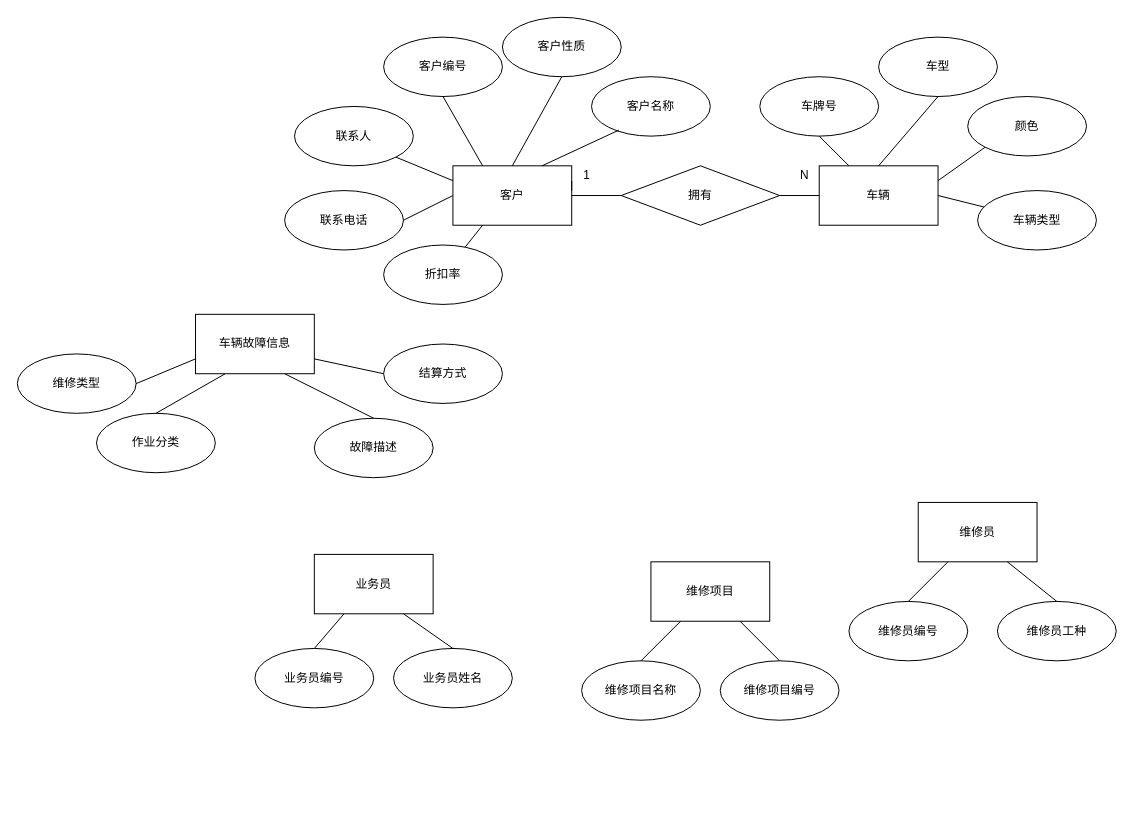
Earlier version of the draw.io diagram 未命名绘图.drawio (yxy235/DB). Source tidied: cells renumbered, new cells numbered last; positions are measured from the earlier drawing's top-left corner, leaving out a move shared by most shapes. Both pictures are drawn from the tidied source at 99%, with x=0, y=0 at pixel (17, 17).
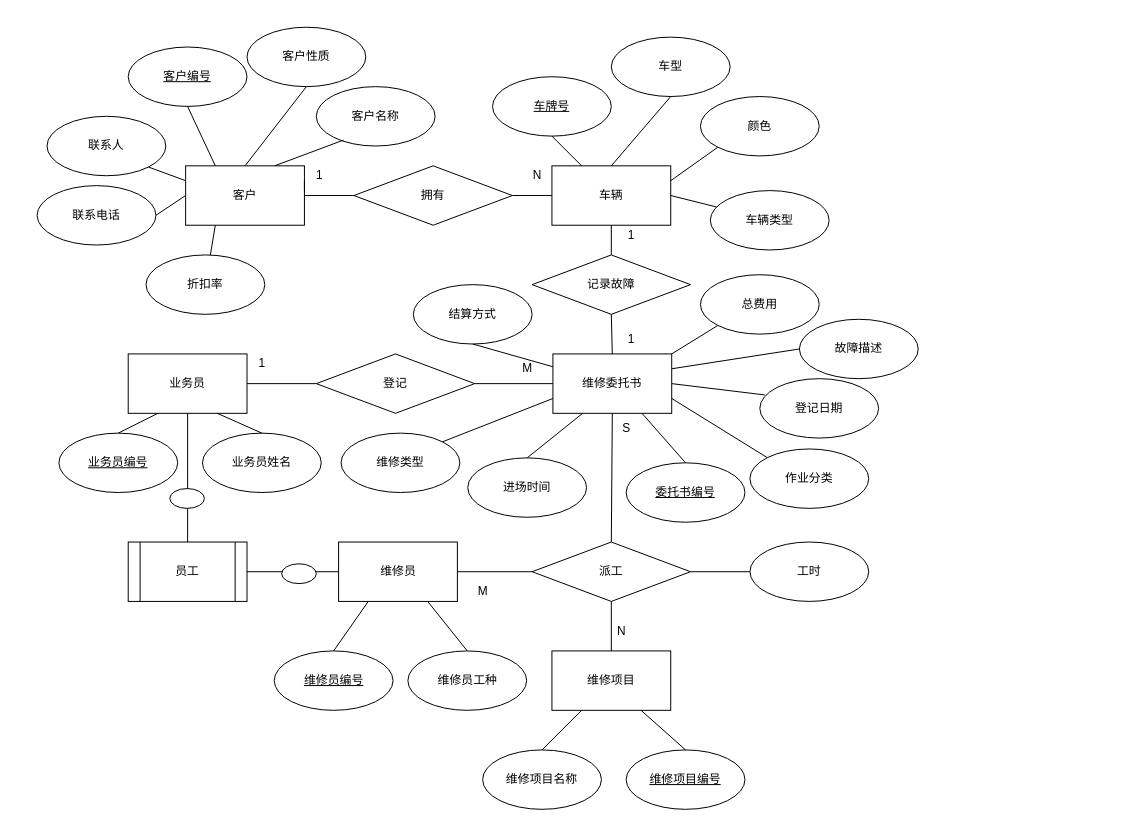
The same diagram, later.

Commit message:
更新未命名绘图.drawio

Change to the diagram source:
```diff
@@
     <mxCell id="2" value="&lt;div&gt;客户&lt;/div&gt;" style="rounded=0;whiteSpace=wrap;html=1;" parent="1" vertex="1">
-      <mxGeometry x="440" y="150" width="120" height="60" as="geometry" />
+      <mxGeometry x="170" y="150" width="120" height="60" as="geometry" />
     </mxCell>
     <mxCell id="3" value="业务员" style="rounded=0;whiteSpace=wrap;html=1;" parent="1" vertex="1">
-      <mxGeometry x="300" y="542.5" width="120" height="60" as="geometry" />
+      <mxGeometry x="112" y="340" width="120" height="60" as="geometry" />
     </mxCell>
     <mxCell id="4" value="&lt;div&gt;车辆&lt;/div&gt;" style="rounded=0;whiteSpace=wrap;html=1;" parent="1" vertex="1">
-      <mxGeometry x="810" y="150" width="120" height="60" as="geometry" />
+      <mxGeometry x="540" y="150" width="120" height="60" as="geometry" />
     </mxCell>
     <mxCell id="5" value="拥有" style="rhombus;whiteSpace=wrap;html=1;" parent="1" vertex="1">
-      <mxGeometry x="610" y="150" width="160" height="60" as="geometry" />
+      <mxGeometry x="340" y="150" width="160" height="60" as="geometry" />
     </mxCell>
     <mxCell id="6" style="endArrow=none;html=1;rounded=0;" parent="1" edge="1" target="2">
       <mxGeometry relative="1" as="geometry">
-        <mxPoint x="610" y="180" as="sourcePoint" />
+        <mxPoint x="340" y="180" as="sourcePoint" />
       </mxGeometry>
     </mxCell>
@@
     <mxCell id="8" value="N" style="text;html=1;align=center;verticalAlign=middle;strokeColor=none;fillColor=none;" parent="1" vertex="1">
-      <mxGeometry x="780" y="145" width="30" height="30" as="geometry" />
+      <mxGeometry x="510" y="145" width="30" height="30" as="geometry" />
     </mxCell>
-    <mxCell id="9" value="客户编号" style="ellipse;whiteSpace=wrap;html=1;" parent="1" vertex="1">
-      <mxGeometry x="370" y="20" width="120" height="60" as="geometry" />
+    <mxCell id="9" value="&lt;u&gt;客户编号&lt;/u&gt;" style="ellipse;whiteSpace=wrap;html=1;" parent="1" vertex="1">
+      <mxGeometry x="112" y="30" width="120" height="60" as="geometry" />
     </mxCell>
     <mxCell id="10" value="客户名称" style="ellipse;whiteSpace=wrap;html=1;" parent="1" vertex="1">
-      <mxGeometry x="580" y="60" width="120" height="60" as="geometry" />
+      <mxGeometry x="302" y="70" width="120" height="60" as="geometry" />
     </mxCell>
     <mxCell id="11" value="&lt;div&gt;客户性质&lt;/div&gt;" style="ellipse;whiteSpace=wrap;html=1;" parent="1" vertex="1">
-      <mxGeometry x="490" width="120" height="60" as="geometry" />
+      <mxGeometry x="232" y="10" width="120" height="60" as="geometry" />
     </mxCell>
     <mxCell id="12" value="折扣率" style="ellipse;whiteSpace=wrap;html=1;" parent="1" vertex="1">
-      <mxGeometry x="370" y="230" width="120" height="60" as="geometry" />
+      <mxGeometry x="130" y="240" width="120" height="60" as="geometry" />
     </mxCell>
     <mxCell id="13" value="联系人" style="ellipse;whiteSpace=wrap;html=1;" parent="1" vertex="1">
-      <mxGeometry x="280" y="90" width="120" height="60" as="geometry" />
+      <mxGeometry x="30" y="100" width="120" height="60" as="geometry" />
     </mxCell>
     <mxCell id="14" value="联系电话" style="ellipse;whiteSpace=wrap;html=1;" parent="1" vertex="1">
-      <mxGeometry x="270" y="175" width="120" height="60" as="geometry" />
+      <mxGeometry x="20" y="170" width="120" height="60" as="geometry" />
     </mxCell>
-    <mxCell id="15" value="车牌号" style="ellipse;whiteSpace=wrap;html=1;" parent="1" vertex="1">
-      <mxGeometry x="750" y="60" width="120" height="60" as="geometry" />
+    <mxCell id="15" value="&lt;u&gt;车牌号&lt;/u&gt;" style="ellipse;whiteSpace=wrap;html=1;" parent="1" vertex="1">
+      <mxGeometry x="480" y="60" width="120" height="60" as="geometry" />
     </mxCell>
     <mxCell id="16" value="颜色" style="ellipse;whiteSpace=wrap;html=1;" parent="1" vertex="1">
-      <mxGeometry x="960" y="80" width="120" height="60" as="geometry" />
+      <mxGeometry x="690" y="80" width="120" height="60" as="geometry" />
     </mxCell>
     <mxCell id="17" value="车型" style="ellipse;whiteSpace=wrap;html=1;" parent="1" vertex="1">
-      <mxGeometry x="870" y="20" width="120" height="60" as="geometry" />
+      <mxGeometry x="600" y="20" width="120" height="60" as="geometry" />
     </mxCell>
     <mxCell id="18" value="车辆类型" style="ellipse;whiteSpace=wrap;html=1;" parent="1" vertex="1">
-      <mxGeometry x="970" y="175" width="120" height="60" as="geometry" />
+      <mxGeometry x="700" y="175" width="120" height="60" as="geometry" />
     </mxCell>
-    <mxCell id="19" value="业务员编号" style="ellipse;whiteSpace=wrap;html=1;" parent="1" vertex="1">
-      <mxGeometry x="240" y="637.5" width="120" height="60" as="geometry" />
+    <mxCell id="19" value="&lt;u&gt;业务员编号&lt;/u&gt;" style="ellipse;whiteSpace=wrap;html=1;" parent="1" vertex="1">
+      <mxGeometry x="42" y="420" width="120" height="60" as="geometry" />
     </mxCell>
     <mxCell id="20" value="业务员姓名" style="ellipse;whiteSpace=wrap;html=1;" parent="1" vertex="1">
-      <mxGeometry x="380" y="637.5" width="120" height="60" as="geometry" />
+      <mxGeometry x="187" y="420" width="120" height="60" as="geometry" />
     </mxCell>
     <mxCell id="21" value="维修员" style="whiteSpace=wrap;html=1;" parent="1" vertex="1">
-      <mxGeometry x="910" y="490" width="120" height="60" as="geometry" />
+      <mxGeometry x="324.5" y="530" width="120" height="60" as="geometry" />
     </mxCell>
-    <mxCell id="22" value="维修员编号" style="ellipse;whiteSpace=wrap;html=1;" parent="1" vertex="1">
-      <mxGeometry x="840" y="590" width="120" height="60" as="geometry" />
+    <mxCell id="22" value="&lt;u&gt;维修员编号&lt;/u&gt;" style="ellipse;whiteSpace=wrap;html=1;" parent="1" vertex="1">
+      <mxGeometry x="259.5" y="640" width="120" height="60" as="geometry" />
     </mxCell>
     <mxCell id="23" value="维修员工种" style="ellipse;whiteSpace=wrap;html=1;" parent="1" vertex="1">
-      <mxGeometry x="990" y="590" width="120" height="60" as="geometry" />
+      <mxGeometry x="394.5" y="640" width="120" height="60" as="geometry" />
     </mxCell>
     <mxCell id="24" value="维修项目" style="whiteSpace=wrap;html=1;" parent="1" vertex="1">
-      <mxGeometry x="640" y="550" width="120" height="60" as="geometry" />
+      <mxGeometry x="540" y="640" width="120" height="60" as="geometry" />
     </mxCell>
     <mxCell id="25" value="维修项目名称" style="ellipse;whiteSpace=wrap;html=1;" parent="1" vertex="1">
-      <mxGeometry x="570" y="650" width="120" height="60" as="geometry" />
+      <mxGeometry x="470" y="740" width="120" height="60" as="geometry" />
     </mxCell>
-    <mxCell id="26" value="维修项目编号" style="ellipse;whiteSpace=wrap;html=1;" parent="1" vertex="1">
-      <mxGeometry x="710" y="650" width="120" height="60" as="geometry" />
+    <mxCell id="26" value="&lt;u&gt;维修项目编号&lt;/u&gt;" style="ellipse;whiteSpace=wrap;html=1;" parent="1" vertex="1">
+      <mxGeometry x="615" y="740" width="120" height="60" as="geometry" />
     </mxCell>
-    <mxCell id="27" value="车辆故障信息" style="whiteSpace=wrap;html=1;" parent="1" vertex="1">
-      <mxGeometry x="180" y="300" width="120" height="60" as="geometry" />
+    <mxCell id="27" value="维修委托书" style="whiteSpace=wrap;html=1;" parent="1" vertex="1">
+      <mxGeometry x="541" y="340" width="120" height="60" as="geometry" />
     </mxCell>
     <mxCell id="28" value="维修类型" style="ellipse;whiteSpace=wrap;html=1;" parent="1" vertex="1">
-      <mxGeometry y="340" width="120" height="60" as="geometry" />
+      <mxGeometry x="327" y="420" width="120" height="60" as="geometry" />
     </mxCell>
     <mxCell id="29" value="作业分类" style="ellipse;whiteSpace=wrap;html=1;" parent="1" vertex="1">
-      <mxGeometry x="80" y="400" width="120" height="60" as="geometry" />
+      <mxGeometry x="740" y="436" width="120" height="60" as="geometry" />
     </mxCell>
     <mxCell id="30" value="结算方式" style="ellipse;whiteSpace=wrap;html=1;" parent="1" vertex="1">
-      <mxGeometry x="370" y="330" width="120" height="60" as="geometry" />
+      <mxGeometry x="400" y="270" width="120" height="60" as="geometry" />
     </mxCell>
     <mxCell id="31" value="故障描述" style="ellipse;whiteSpace=wrap;html=1;" parent="1" vertex="1">
-      <mxGeometry x="300" y="405" width="120" height="60" as="geometry" />
+      <mxGeometry x="790" y="305" width="120" height="60" as="geometry" />
     </mxCell>
@@
     <mxCell id="42" value="1" style="text;html=1;align=center;verticalAlign=middle;points=[];strokeColor=none;fillColor=none;" parent="1" vertex="1">
-      <mxGeometry x="560" y="145" width="30" height="30" as="geometry" />
+      <mxGeometry x="290" y="145" width="30" height="30" as="geometry" />
     </mxCell>
@@
-    <mxCell id="49" style="endArrow=none;html=1;rounded=0;exitX=0.5;exitY=0;exitDx=0;exitDy=0;" parent="1" edge="1" source="19">
-      <mxGeometry relative="1" as="geometry">
-        <mxPoint x="330" y="602.5" as="targetPoint" />
-      </mxGeometry>
+    <mxCell id="49" style="endArrow=none;html=1;rounded=0;exitX=0.5;exitY=0;exitDx=0;exitDy=0;entryX=0.25;entryY=1;entryDx=0;entryDy=0;" parent="1" edge="1" source="19" target="3">
+      <mxGeometry relative="1" as="geometry" />
     </mxCell>
@@
-    <mxCell id="51" style="endArrow=none;html=1;rounded=0;exitX=0.5;exitY=0;exitDx=0;exitDy=0;entryX=0.25;entryY=1;entryDx=0;entryDy=0;" parent="1" edge="1" source="29" target="27">
+    <mxCell id="51" style="endArrow=none;html=1;rounded=0;exitX=0;exitY=0;exitDx=0;exitDy=0;entryX=1;entryY=0.75;entryDx=0;entryDy=0;" parent="1" edge="1" source="29" target="27">
       <mxGeometry relative="1" as="geometry" />
     </mxCell>
-    <mxCell id="52" style="endArrow=none;html=1;rounded=0;exitX=0.5;exitY=0;exitDx=0;exitDy=0;entryX=0.75;entryY=1;entryDx=0;entryDy=0;" parent="1" edge="1" source="31" target="27">
+    <mxCell id="52" style="endArrow=none;html=1;rounded=0;exitX=0;exitY=0.5;exitDx=0;exitDy=0;entryX=1;entryY=0.25;entryDx=0;entryDy=0;" parent="1" edge="1" source="31" target="27">
       <mxGeometry relative="1" as="geometry" />
     </mxCell>
-    <mxCell id="53" style="endArrow=none;html=1;rounded=0;entryX=1;entryY=0.75;entryDx=0;entryDy=0;exitX=0;exitY=0.5;exitDx=0;exitDy=0;" parent="1" edge="1" source="30" target="27">
+    <mxCell id="53" style="endArrow=none;html=1;rounded=0;exitX=0.5;exitY=1;exitDx=0;exitDy=0;" parent="1" edge="1" source="30" target="27">
       <mxGeometry relative="1" as="geometry" />
     </mxCell>
-    <mxCell id="54" style="endArrow=none;html=1;rounded=0;exitX=1;exitY=0.5;exitDx=0;exitDy=0;entryX=0;entryY=0.75;entryDx=0;entryDy=0;" parent="1" edge="1" source="28" target="27">
+    <mxCell id="54" style="endArrow=none;html=1;rounded=0;exitX=1;exitY=0;exitDx=0;exitDy=0;entryX=0;entryY=0.75;entryDx=0;entryDy=0;" parent="1" edge="1" source="28" target="27">
       <mxGeometry relative="1" as="geometry" />
     </mxCell>
+    <mxCell id="55" value="派工" style="rhombus;whiteSpace=wrap;html=1;" parent="1" vertex="1">
+      <mxGeometry x="520" y="530" width="160" height="60" as="geometry" />
+    </mxCell>
+    <mxCell id="56" style="endArrow=none;html=1;rounded=0;entryX=0;entryY=0.5;entryDx=0;entryDy=0;exitX=1;exitY=0.5;exitDx=0;exitDy=0;" parent="1" edge="1" source="21" target="55">
+      <mxGeometry relative="1" as="geometry" />
+    </mxCell>
+    <mxCell id="57" style="endArrow=none;html=1;rounded=0;entryX=0.5;entryY=1;entryDx=0;entryDy=0;exitX=0.5;exitY=0;exitDx=0;exitDy=0;" parent="1" edge="1" source="24" target="55">
+      <mxGeometry relative="1" as="geometry" />
+    </mxCell>
+    <mxCell id="58" value="工时" style="ellipse;whiteSpace=wrap;html=1;" parent="1" vertex="1">
+      <mxGeometry x="740" y="530" width="120" height="60" as="geometry" />
+    </mxCell>
+    <mxCell id="59" style="endArrow=none;html=1;rounded=0;exitX=1;exitY=0.5;exitDx=0;exitDy=0;entryX=0;entryY=0.5;entryDx=0;entryDy=0;" parent="1" edge="1" source="55" target="58">
+      <mxGeometry relative="1" as="geometry" />
+    </mxCell>
+    <mxCell id="60" value="登记" style="rhombus;whiteSpace=wrap;html=1;" parent="1" vertex="1">
+      <mxGeometry x="302" y="340" width="160" height="60" as="geometry" />
+    </mxCell>
+    <mxCell id="61" style="endArrow=none;html=1;rounded=0;exitX=1;exitY=0.5;exitDx=0;exitDy=0;entryX=0;entryY=0.5;entryDx=0;entryDy=0;" parent="1" edge="1" source="60" target="27">
+      <mxGeometry relative="1" as="geometry" />
+    </mxCell>
+    <mxCell id="62" style="endArrow=none;html=1;rounded=0;exitX=1;exitY=0.5;exitDx=0;exitDy=0;entryX=0;entryY=0.5;entryDx=0;entryDy=0;" parent="1" edge="1" source="3" target="60">
+      <mxGeometry relative="1" as="geometry" />
+    </mxCell>
+    <mxCell id="63" value="进场时间" style="ellipse;whiteSpace=wrap;html=1;" parent="1" vertex="1">
+      <mxGeometry x="455" y="445" width="120" height="60" as="geometry" />
+    </mxCell>
+    <mxCell id="64" value="登记日期" style="ellipse;whiteSpace=wrap;html=1;" parent="1" vertex="1">
+      <mxGeometry x="750" y="365" width="120" height="60" as="geometry" />
+    </mxCell>
+    <mxCell id="65" style="endArrow=none;html=1;rounded=0;exitX=0.5;exitY=0;exitDx=0;exitDy=0;entryX=0.25;entryY=1;entryDx=0;entryDy=0;" parent="1" edge="1" source="63" target="27">
+      <mxGeometry relative="1" as="geometry" />
+    </mxCell>
+    <mxCell id="66" style="endArrow=none;html=1;rounded=0;entryX=1;entryY=0.5;entryDx=0;entryDy=0;exitX=0.042;exitY=0.274;exitDx=0;exitDy=0;exitPerimeter=0;" parent="1" edge="1" source="64" target="27">
+      <mxGeometry relative="1" as="geometry" />
+    </mxCell>
+    <mxCell id="67" value="员工" style="shape=process;whiteSpace=wrap;html=1;backgroundOutline=1;" parent="1" vertex="1">
+      <mxGeometry x="112" y="530" width="120" height="60" as="geometry" />
+    </mxCell>
+    <mxCell id="68" style="endArrow=none;html=1;rounded=0;exitX=0.5;exitY=0;exitDx=0;exitDy=0;entryX=0.5;entryY=1;entryDx=0;entryDy=0;" parent="1" edge="1" source="27" target="70">
+      <mxGeometry relative="1" as="geometry" />
+    </mxCell>
+    <mxCell id="69" style="endArrow=none;html=1;rounded=0;entryX=0.5;entryY=1;entryDx=0;entryDy=0;exitX=0.5;exitY=0;exitDx=0;exitDy=0;" parent="1" edge="1" source="55" target="27">
+      <mxGeometry relative="1" as="geometry" />
+    </mxCell>
+    <mxCell id="70" value="记录故障" style="rhombus;whiteSpace=wrap;html=1;" parent="1" vertex="1">
+      <mxGeometry x="520" y="240" width="160" height="60" as="geometry" />
+    </mxCell>
+    <mxCell id="71" style="endArrow=none;html=1;rounded=0;entryX=0.5;entryY=1;entryDx=0;entryDy=0;exitX=0.5;exitY=0;exitDx=0;exitDy=0;" parent="1" edge="1" source="70" target="4">
+      <mxGeometry relative="1" as="geometry" />
+    </mxCell>
+    <mxCell id="72" style="endArrow=none;html=1;rounded=0;entryX=0.5;entryY=1;entryDx=0;entryDy=0;exitX=0.5;exitY=0;exitDx=0;exitDy=0;" parent="1" edge="1" source="67" target="3">
+      <mxGeometry relative="1" as="geometry" />
+    </mxCell>
+    <mxCell id="73" style="ellipse;whiteSpace=wrap;html=1;" parent="1" vertex="1">
+      <mxGeometry x="154" y="476" width="35" height="20" as="geometry" />
+    </mxCell>
+    <mxCell id="74" style="endArrow=none;html=1;rounded=0;entryX=0;entryY=0.5;entryDx=0;entryDy=0;exitX=1;exitY=0.5;exitDx=0;exitDy=0;" parent="1" edge="1" source="67" target="21">
+      <mxGeometry relative="1" as="geometry" />
+    </mxCell>
+    <mxCell id="75" style="ellipse;whiteSpace=wrap;html=1;" parent="1" vertex="1">
+      <mxGeometry x="267" y="552" width="35" height="20" as="geometry" />
+    </mxCell>
+    <mxCell id="76" value="&lt;u&gt;委托书编号&lt;/u&gt;" style="ellipse;whiteSpace=wrap;html=1;" parent="1" vertex="1">
+      <mxGeometry x="615" y="450" width="120" height="60" as="geometry" />
+    </mxCell>
+    <mxCell id="77" style="endArrow=none;html=1;rounded=0;entryX=0.75;entryY=1;entryDx=0;entryDy=0;exitX=0.5;exitY=0;exitDx=0;exitDy=0;" parent="1" edge="1" source="76" target="27">
+      <mxGeometry relative="1" as="geometry" />
+    </mxCell>
+    <mxCell id="78" value="1" style="text;html=1;align=center;verticalAlign=middle;strokeColor=none;fillColor=none;" parent="1" vertex="1">
+      <mxGeometry x="605" y="205" width="30" height="30" as="geometry" />
+    </mxCell>
+    <mxCell id="79" value="1" style="text;html=1;align=center;verticalAlign=middle;strokeColor=none;fillColor=none;" parent="1" vertex="1">
+      <mxGeometry x="605" y="310" width="30" height="30" as="geometry" />
+    </mxCell>
+    <mxCell id="80" value="1" style="text;html=1;align=center;verticalAlign=middle;strokeColor=none;fillColor=none;" parent="1" vertex="1">
+      <mxGeometry x="232" y="335" width="30" height="30" as="geometry" />
+    </mxCell>
+    <mxCell id="81" value="M" style="text;html=1;align=center;verticalAlign=middle;strokeColor=none;fillColor=none;" parent="1" vertex="1">
+      <mxGeometry x="500" y="340" width="30" height="30" as="geometry" />
+    </mxCell>
+    <mxCell id="82" value="M" style="text;html=1;align=center;verticalAlign=middle;strokeColor=none;fillColor=none;" parent="1" vertex="1">
+      <mxGeometry x="455" y="565" width="30" height="30" as="geometry" />
+    </mxCell>
+    <mxCell id="83" value="N" style="text;html=1;align=center;verticalAlign=middle;strokeColor=none;fillColor=none;" parent="1" vertex="1">
+      <mxGeometry x="595" y="605" width="30" height="30" as="geometry" />
+    </mxCell>
+    <mxCell id="84" value="S" style="text;html=1;align=center;verticalAlign=middle;strokeColor=none;fillColor=none;" parent="1" vertex="1">
+      <mxGeometry x="600" y="400" width="30" height="30" as="geometry" />
+    </mxCell>
+    <mxCell id="85" value="总费用" style="ellipse;whiteSpace=wrap;html=1;" parent="1" vertex="1">
+      <mxGeometry x="690" y="260" width="120" height="60" as="geometry" />
+    </mxCell>
+    <mxCell id="86" style="endArrow=none;html=1;rounded=0;exitX=1;exitY=0;exitDx=0;exitDy=0;entryX=0;entryY=1;entryDx=0;entryDy=0;" parent="1" edge="1" source="27" target="85">
+      <mxGeometry relative="1" as="geometry" />
+    </mxCell>
```
